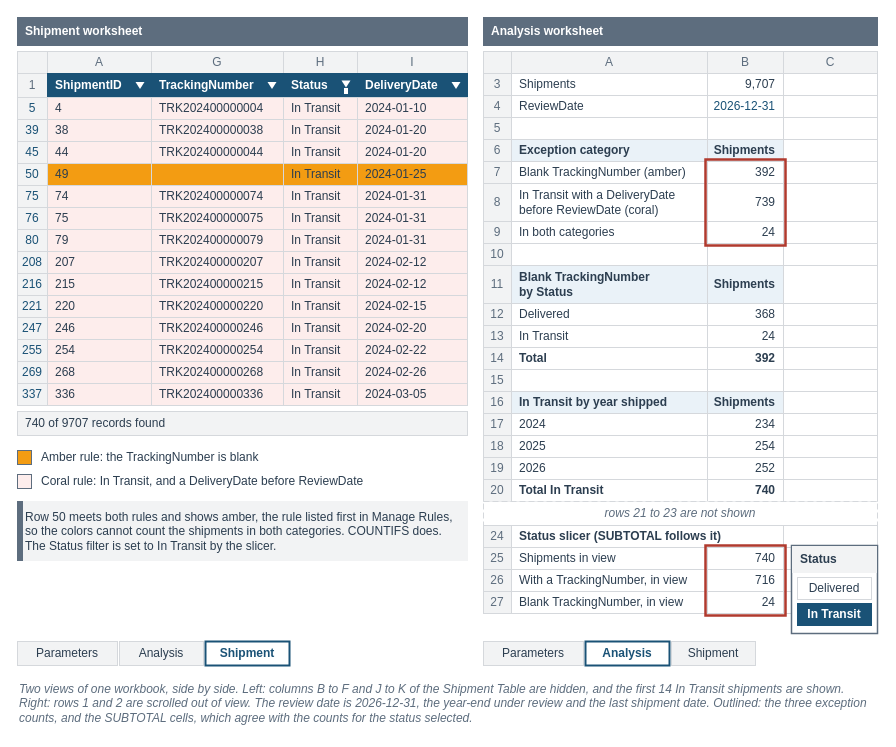
mmcodesso/Accounting_Analytics_Book keeps this draw.io diagram as facts/instructor/figures/chapter-04-excel-essentials/IF-04-5-A.drawio. Above is the earlier version. Source tidied: cells renumbered, new cells numbered last; positions are measured from the earlier drawing's top-left corner, leaving out a move shared by most shapes. Both pictures are drawn from the tidied source at 100%, with x=0, y=0 at pixel (17, 17).
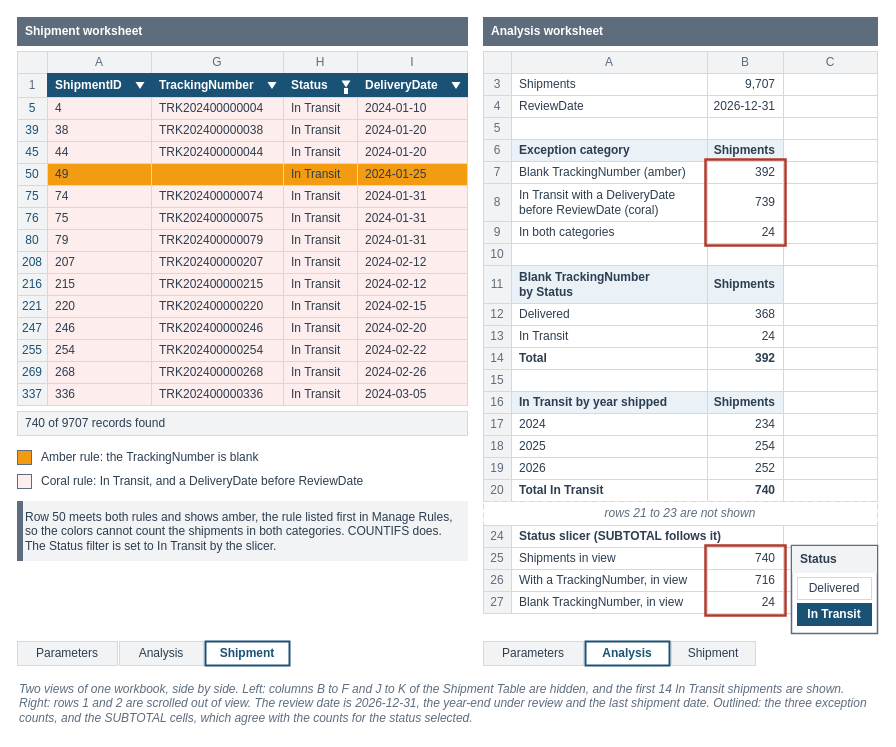
After the change.

The edit, as a diff of the source:
```diff
@@
-    <mxCell id="107" value="2026-12-31" style="rounded=0;arcSize=6;whiteSpace=wrap;html=1;fillColor=#FFFFFF;strokeColor=#D5D8DC;strokeWidth=1;fontColor=#1A5276;fontSize=12;fontStyle=0;align=right;verticalAlign=middle;fontFamily=Helvetica;spacingLeft=6;spacingRight=6;" parent="1" vertex="1">
+    <mxCell id="107" value="2026-12-31" style="rounded=0;arcSize=6;whiteSpace=wrap;html=1;fillColor=#FFFFFF;strokeColor=#D5D8DC;strokeWidth=1;fontColor=#2C3E50;fontSize=12;fontStyle=0;align=right;verticalAlign=middle;fontFamily=Helvetica;spacingLeft=6;spacingRight=6;" parent="1" vertex="1">
       <mxGeometry x="690" y="78" width="76" height="22" as="geometry" />
     </mxCell>
```
